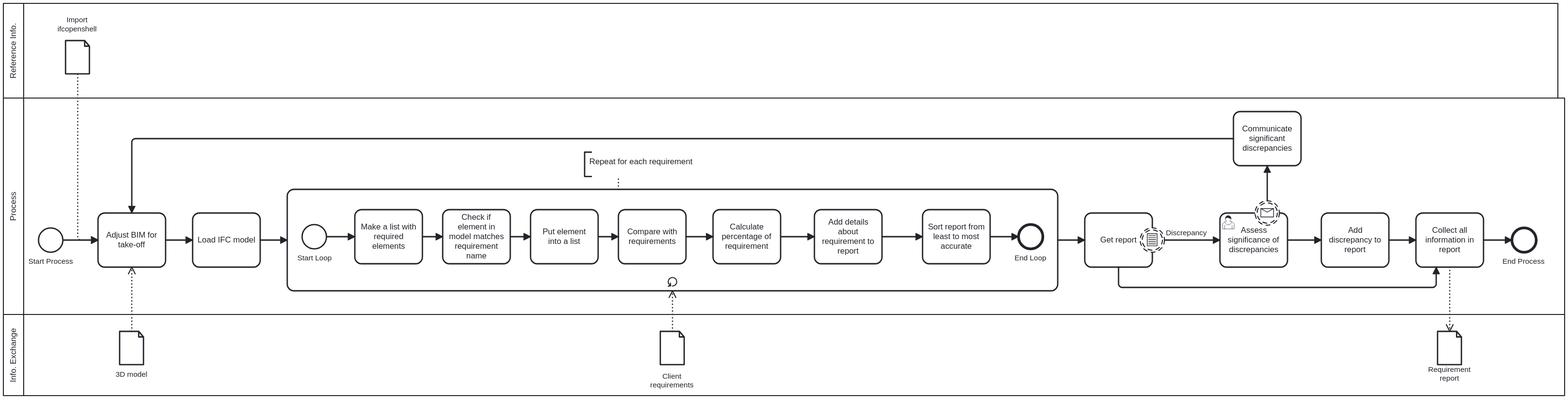
Before: A2/IMG/A2D.svg, a diagram exported from BPMN (Schabinsky/BIManalyst_g_48). Its source is kept beside it as A2/IMG/A2D.bpmn. Ids are renumbered.
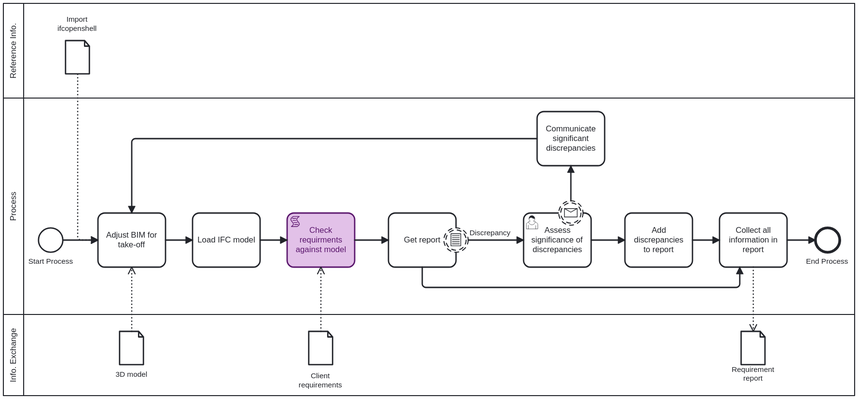
Later version of the same file.

The edit, as a diff of the source:
```diff
@@ -1,2 +1,2 @@
-<bpmn:definitions xmlns:xsi="http://www.w3.org/2001/XMLSchema-instance" xmlns:bpmn="http://www.omg.org/spec/BPMN/20100524/MODEL" xmlns:bpmndi="http://www.omg.org/spec/BPMN/20100524/DI" xmlns:dc="http://www.omg.org/spec/DD/20100524/DC" xmlns:di="http://www.omg.org/spec/DD/20100524/DI" id="Definitions_n1" targetNamespace="http://bpmn.io/schema/bpmn" exporter="bpmn-js (https://demo.bpmn.io)" exporterVersion="18.6.1">
+<bpmn:definitions xmlns:xsi="http://www.w3.org/2001/XMLSchema-instance" xmlns:bpmn="http://www.omg.org/spec/BPMN/20100524/MODEL" xmlns:bpmndi="http://www.omg.org/spec/BPMN/20100524/DI" xmlns:dc="http://www.omg.org/spec/DD/20100524/DC" xmlns:bioc="http://bpmn.io/schema/bpmn/biocolor/1.0" xmlns:color="http://www.omg.org/spec/BPMN/non-normative/color/1.0" xmlns:di="http://www.omg.org/spec/DD/20100524/DI" id="Definitions_n1" targetNamespace="http://bpmn.io/schema/bpmn" exporter="bpmn-js (https://demo.bpmn.io)" exporterVersion="18.6.1">
   <bpmn:collaboration id="Collaboration_n2">
@@ -5,19 +5,7 @@
     <bpmn:participant id="Participant_n7" name="Info. Exchange" processRef="Process_n8" />
-    <bpmn:textAnnotation id="TextAnnotation_n9">
-      <bpmn:text>Repeat for each requirement</bpmn:text>
-    </bpmn:textAnnotation>
-    <bpmn:association id="Association_n10" associationDirection="None" sourceRef="Activity_n11" targetRef="TextAnnotation_n9" />
   </bpmn:collaboration>
   <bpmn:process id="Process_n4" isExecutable="false">
-    <bpmn:sequenceFlow id="Flow_n12" sourceRef="StartEvent_n13" targetRef="Activity_n14" />
-    <bpmn:sequenceFlow id="Flow_n15" sourceRef="Activity_n16" targetRef="Activity_n14" />
-    <bpmn:sequenceFlow id="Flow_n17" sourceRef="Activity_n14" targetRef="Activity_n18" />
-    <bpmn:sequenceFlow id="Flow_n19" sourceRef="Activity_n11" targetRef="Activity_n20" />
-    <bpmn:sequenceFlow id="Flow_n21" sourceRef="Activity_n20" targetRef="Activity_n22" />
-    <bpmn:sequenceFlow id="Flow_n23" name="Discrepancy" sourceRef="Event_n24" targetRef="Activity_n25" />
-    <bpmn:sequenceFlow id="Flow_n26" sourceRef="Activity_n25" targetRef="Activity_n27" />
-    <bpmn:sequenceFlow id="Flow_n28" sourceRef="Event_n29" targetRef="Activity_n16" />
-    <bpmn:sequenceFlow id="Flow_n30" sourceRef="Activity_n27" targetRef="Activity_n22" />
-    <bpmn:sequenceFlow id="Flow_n31" sourceRef="Activity_n22" targetRef="Event_n32" />
-    <bpmn:sequenceFlow id="Flow_n33" sourceRef="Activity_n18" targetRef="Activity_n11" />
+    <bpmn:startEvent id="StartEvent_n13" name="Start Process">
+      <bpmn:outgoing>Flow_n12</bpmn:outgoing>
+    </bpmn:startEvent>
     <bpmn:task id="Activity_n14" name="Adjust BIM for take-off">
@@ -25,3 +13,3 @@
       <bpmn:incoming>Flow_n15</bpmn:incoming>
-      <bpmn:outgoing>Flow_n17</bpmn:outgoing>
+      <bpmn:outgoing>Flow_n68</bpmn:outgoing>
       <bpmn:property id="Property_n34" name="__targetRef_placeholder" />
@@ -36,11 +24,28 @@
     </bpmn:task>
-    <bpmn:startEvent id="StartEvent_n13" name="Start Process">
-      <bpmn:outgoing>Flow_n12</bpmn:outgoing>
-    </bpmn:startEvent>
-    <bpmn:task id="Activity_n18" name="Load IFC model">
-      <bpmn:incoming>Flow_n17</bpmn:incoming>
-      <bpmn:outgoing>Flow_n33</bpmn:outgoing>
+    <bpmn:sequenceFlow id="Flow_n12" sourceRef="StartEvent_n13" targetRef="Activity_n14" />
+    <bpmn:sequenceFlow id="Flow_n15" sourceRef="Activity_n16" targetRef="Activity_n14" />
+    <bpmn:sequenceFlow id="Flow_n21" sourceRef="Activity_n20" targetRef="Activity_n22" />
+    <bpmn:sequenceFlow id="Flow_n23" name="Discrepancy" sourceRef="Event_n24" targetRef="Activity_n25" />
+    <bpmn:sequenceFlow id="Flow_n26" sourceRef="Activity_n25" targetRef="Activity_n27" />
+    <bpmn:sequenceFlow id="Flow_n28" sourceRef="Event_n29" targetRef="Activity_n16" />
+    <bpmn:sequenceFlow id="Flow_n30" sourceRef="Activity_n27" targetRef="Activity_n22" />
+    <bpmn:sequenceFlow id="Flow_n31" sourceRef="Activity_n22" targetRef="Event_n32" />
+    <bpmn:scriptTask id="Activity_n69" name="Check requirments against model">
+      <bpmn:incoming>Flow_n70</bpmn:incoming>
+      <bpmn:outgoing>Flow_n71</bpmn:outgoing>
+      <bpmn:property id="Property_n72" name="__targetRef_placeholder" />
+      <bpmn:dataInputAssociation id="DataInputAssociation_n73">
+        <bpmn:sourceRef>DataObjectReference_n43</bpmn:sourceRef>
+        <bpmn:targetRef>Property_n72</bpmn:targetRef>
+      </bpmn:dataInputAssociation>
+    </bpmn:scriptTask>
+    <bpmn:task id="Activity_n74" name="Load IFC model">
+      <bpmn:incoming>Flow_n68</bpmn:incoming>
+      <bpmn:outgoing>Flow_n70</bpmn:outgoing>
     </bpmn:task>
+    <bpmn:sequenceFlow id="Flow_n68" sourceRef="Activity_n14" targetRef="Activity_n74" />
+    <bpmn:sequenceFlow id="Flow_n70" sourceRef="Activity_n74" targetRef="Activity_n69" />
+    <bpmn:sequenceFlow id="Flow_n71" sourceRef="Activity_n69" targetRef="Activity_n20" />
     <bpmn:task id="Activity_n20" name="Get report">
-      <bpmn:incoming>Flow_n19</bpmn:incoming>
+      <bpmn:incoming>Flow_n71</bpmn:incoming>
       <bpmn:outgoing>Flow_n21</bpmn:outgoing>
@@ -55,3 +60,3 @@
     </bpmn:task>
-    <bpmn:task id="Activity_n27" name="Add discrepancy to report">
+    <bpmn:task id="Activity_n27" name="Add discrepancies to report">
       <bpmn:incoming>Flow_n26</bpmn:incoming>
@@ -70,54 +75,2 @@
     </bpmn:endEvent>
-    <bpmn:subProcess id="Activity_n11">
-      <bpmn:incoming>Flow_n33</bpmn:incoming>
-      <bpmn:outgoing>Flow_n19</bpmn:outgoing>
-      <bpmn:property id="Property_n41" name="__targetRef_placeholder" />
-      <bpmn:dataInputAssociation id="DataInputAssociation_n42">
-        <bpmn:sourceRef>DataObjectReference_n43</bpmn:sourceRef>
-        <bpmn:targetRef>Property_n41</bpmn:targetRef>
-      </bpmn:dataInputAssociation>
-      <bpmn:standardLoopCharacteristics />
-      <bpmn:task id="Activity_n44" name="Check if element in model matches requirement name">
-        <bpmn:incoming>Flow_n45</bpmn:incoming>
-        <bpmn:outgoing>Flow_n46</bpmn:outgoing>
-      </bpmn:task>
-      <bpmn:task id="Activity_n47" name="Put element into a list">
-        <bpmn:incoming>Flow_n46</bpmn:incoming>
-        <bpmn:outgoing>Flow_n48</bpmn:outgoing>
-      </bpmn:task>
-      <bpmn:sequenceFlow id="Flow_n46" sourceRef="Activity_n44" targetRef="Activity_n47" />
-      <bpmn:startEvent id="Event_n49" name="Start Loop">
-        <bpmn:outgoing>Flow_n50</bpmn:outgoing>
-      </bpmn:startEvent>
-      <bpmn:sequenceFlow id="Flow_n50" sourceRef="Event_n49" targetRef="Activity_n51" />
-      <bpmn:task id="Activity_n52" name="Compare with requirements">
-        <bpmn:incoming>Flow_n48</bpmn:incoming>
-        <bpmn:outgoing>Flow_n53</bpmn:outgoing>
-      </bpmn:task>
-      <bpmn:sequenceFlow id="Flow_n48" sourceRef="Activity_n47" targetRef="Activity_n52" />
-      <bpmn:endEvent id="Event_n54" name="End Loop">
-        <bpmn:incoming>Flow_n55</bpmn:incoming>
-      </bpmn:endEvent>
-      <bpmn:task id="Activity_n51" name="Make a list with required elements">
-        <bpmn:incoming>Flow_n50</bpmn:incoming>
-        <bpmn:outgoing>Flow_n45</bpmn:outgoing>
-      </bpmn:task>
-      <bpmn:sequenceFlow id="Flow_n45" sourceRef="Activity_n51" targetRef="Activity_n44" />
-      <bpmn:task id="Activity_n56" name="Add details about requirement to report">
-        <bpmn:incoming>Flow_n57</bpmn:incoming>
-        <bpmn:outgoing>Flow_n58</bpmn:outgoing>
-      </bpmn:task>
-      <bpmn:task id="Activity_n59" name="Calculate percentage of requirement">
-        <bpmn:incoming>Flow_n53</bpmn:incoming>
-        <bpmn:outgoing>Flow_n57</bpmn:outgoing>
-      </bpmn:task>
-      <bpmn:sequenceFlow id="Flow_n53" sourceRef="Activity_n52" targetRef="Activity_n59" />
-      <bpmn:sequenceFlow id="Flow_n57" sourceRef="Activity_n59" targetRef="Activity_n56" />
-      <bpmn:task id="Activity_n60" name="Sort report from least to most accurate">
-        <bpmn:incoming>Flow_n58</bpmn:incoming>
-        <bpmn:outgoing>Flow_n55</bpmn:outgoing>
-      </bpmn:task>
-      <bpmn:sequenceFlow id="Flow_n58" sourceRef="Activity_n56" targetRef="Activity_n60" />
-      <bpmn:sequenceFlow id="Flow_n55" sourceRef="Activity_n60" targetRef="Event_n54" />
-    </bpmn:subProcess>
     <bpmn:boundaryEvent id="Event_n24" cancelActivity="false" attachedToRef="Activity_n20">
@@ -141,6 +94,6 @@
     <bpmn:dataObject id="DataObject_n65" />
+    <bpmn:dataObjectReference id="DataObjectReference_n40" name="Requirement report" dataObjectRef="DataObject_n67" />
+    <bpmn:dataObject id="DataObject_n67" />
     <bpmn:dataObjectReference id="DataObjectReference_n43" name="Client requirements" dataObjectRef="DataObject_n66" />
     <bpmn:dataObject id="DataObject_n66" />
-    <bpmn:dataObjectReference id="DataObjectReference_n40" name="Requirement report" dataObjectRef="DataObject_n67" />
-    <bpmn:dataObject id="DataObject_n67" />
   </bpmn:process>
@@ -149,3 +102,3 @@
       <bpmndi:BPMNShape id="Participant_n3_di" bpmnElement="Participant_n3" isHorizontal="true">
-        <dc:Bounds x="160" y="220" width="2310" height="320" />
+        <dc:Bounds x="160" y="220" width="1260" height="320" />
         <bpmndi:BPMNLabel />
@@ -162,3 +115,7 @@
       </bpmndi:BPMNShape>
-      <bpmndi:BPMNShape id="Activity_n18_di" bpmnElement="Activity_n18">
+      <bpmndi:BPMNShape id="Activity_12ev2d8_di" bpmnElement="Activity_n69" bioc:stroke="#5b176d" bioc:fill="#e1bee7" color:background-color="#e1bee7" color:border-color="#5b176d">
+        <dc:Bounds x="580" y="390" width="100" height="80" />
+        <bpmndi:BPMNLabel />
+      </bpmndi:BPMNShape>
+      <bpmndi:BPMNShape id="Activity_n74_di" bpmnElement="Activity_n74">
         <dc:Bounds x="440" y="390" width="100" height="80" />
@@ -167,3 +124,3 @@
       <bpmndi:BPMNShape id="Activity_n20_di" bpmnElement="Activity_n20">
-        <dc:Bounds x="1760" y="390" width="100" height="80" />
+        <dc:Bounds x="730" y="390" width="100" height="80" />
         <bpmndi:BPMNLabel />
@@ -171,3 +128,3 @@
       <bpmndi:BPMNShape id="Activity_n25_di" bpmnElement="Activity_n25">
-        <dc:Bounds x="1960" y="390" width="100" height="80" />
+        <dc:Bounds x="930" y="390" width="100" height="80" />
         <bpmndi:BPMNLabel />
@@ -175,3 +132,3 @@
       <bpmndi:BPMNShape id="Activity_n16_di" bpmnElement="Activity_n16">
-        <dc:Bounds x="1980" y="240" width="100" height="80" />
+        <dc:Bounds x="950" y="240" width="100" height="80" />
         <bpmndi:BPMNLabel />
@@ -179,3 +136,3 @@
       <bpmndi:BPMNShape id="Activity_n27_di" bpmnElement="Activity_n27">
-        <dc:Bounds x="2110" y="390" width="100" height="80" />
+        <dc:Bounds x="1080" y="390" width="100" height="80" />
         <bpmndi:BPMNLabel />
@@ -183,3 +140,3 @@
       <bpmndi:BPMNShape id="Activity_n22_di" bpmnElement="Activity_n22">
-        <dc:Bounds x="2250" y="390" width="100" height="80" />
+        <dc:Bounds x="1220" y="390" width="100" height="80" />
         <bpmndi:BPMNLabel />
@@ -187,87 +144,12 @@
       <bpmndi:BPMNShape id="Event_n32_di" bpmnElement="Event_n32">
-        <dc:Bounds x="2392" y="412" width="36" height="36" />
+        <dc:Bounds x="1362" y="412" width="36" height="36" />
         <bpmndi:BPMNLabel>
-          <dc:Bounds x="2378" y="455" width="63" height="14" />
+          <dc:Bounds x="1348" y="455" width="63" height="14" />
         </bpmndi:BPMNLabel>
       </bpmndi:BPMNShape>
-      <bpmndi:BPMNShape id="Activity_n11_di" bpmnElement="Activity_n11" isExpanded="true">
-        <dc:Bounds x="580" y="355" width="1140" height="150" />
-      </bpmndi:BPMNShape>
-      <bpmndi:BPMNShape id="Activity_n44_di" bpmnElement="Activity_n44">
-        <dc:Bounds x="810" y="385" width="100" height="80" />
-        <bpmndi:BPMNLabel />
-      </bpmndi:BPMNShape>
-      <bpmndi:BPMNShape id="Activity_n47_di" bpmnElement="Activity_n47">
-        <dc:Bounds x="940" y="385" width="100" height="80" />
-        <bpmndi:BPMNLabel />
-      </bpmndi:BPMNShape>
-      <bpmndi:BPMNShape id="Event_n49_di" bpmnElement="Event_n49">
-        <dc:Bounds x="602" y="407" width="36" height="36" />
-        <bpmndi:BPMNLabel>
-          <dc:Bounds x="595" y="450" width="52" height="14" />
-        </bpmndi:BPMNLabel>
-      </bpmndi:BPMNShape>
-      <bpmndi:BPMNShape id="Activity_n52_di" bpmnElement="Activity_n52">
-        <dc:Bounds x="1070" y="385" width="100" height="80" />
-        <bpmndi:BPMNLabel />
-      </bpmndi:BPMNShape>
-      <bpmndi:BPMNShape id="Event_n54_di" bpmnElement="Event_n54">
-        <dc:Bounds x="1662" y="407" width="36" height="36" />
-        <bpmndi:BPMNLabel>
-          <dc:Bounds x="1656" y="450" width="48" height="14" />
-        </bpmndi:BPMNLabel>
-      </bpmndi:BPMNShape>
-      <bpmndi:BPMNShape id="Activity_n51_di" bpmnElement="Activity_n51">
-        <dc:Bounds x="680" y="385" width="100" height="80" />
-        <bpmndi:BPMNLabel />
-      </bpmndi:BPMNShape>
-      <bpmndi:BPMNShape id="Activity_n56_di" bpmnElement="Activity_n56">
-        <dc:Bounds x="1360" y="385" width="100" height="80" />
-        <bpmndi:BPMNLabel />
-      </bpmndi:BPMNShape>
-      <bpmndi:BPMNShape id="Activity_n59_di" bpmnElement="Activity_n59">
-        <dc:Bounds x="1210" y="385" width="100" height="80" />
-        <bpmndi:BPMNLabel />
-      </bpmndi:BPMNShape>
-      <bpmndi:BPMNShape id="Activity_n60_di" bpmnElement="Activity_n60">
-        <dc:Bounds x="1520" y="385" width="100" height="80" />
-        <bpmndi:BPMNLabel />
-      </bpmndi:BPMNShape>
-      <bpmndi:BPMNEdge id="Flow_n46_di" bpmnElement="Flow_n46">
-        <di:waypoint x="910" y="425" />
-        <di:waypoint x="940" y="425" />
-      </bpmndi:BPMNEdge>
-      <bpmndi:BPMNEdge id="Flow_n50_di" bpmnElement="Flow_n50">
-        <di:waypoint x="638" y="425" />
-        <di:waypoint x="680" y="425" />
-      </bpmndi:BPMNEdge>
-      <bpmndi:BPMNEdge id="Flow_n48_di" bpmnElement="Flow_n48">
-        <di:waypoint x="1040" y="425" />
-        <di:waypoint x="1070" y="425" />
-      </bpmndi:BPMNEdge>
-      <bpmndi:BPMNEdge id="Flow_n45_di" bpmnElement="Flow_n45">
-        <di:waypoint x="780" y="425" />
-        <di:waypoint x="810" y="425" />
-      </bpmndi:BPMNEdge>
-      <bpmndi:BPMNEdge id="Flow_n53_di" bpmnElement="Flow_n53">
-        <di:waypoint x="1170" y="425" />
-        <di:waypoint x="1210" y="425" />
-      </bpmndi:BPMNEdge>
-      <bpmndi:BPMNEdge id="Flow_n57_di" bpmnElement="Flow_n57">
-        <di:waypoint x="1310" y="425" />
-        <di:waypoint x="1360" y="425" />
-      </bpmndi:BPMNEdge>
-      <bpmndi:BPMNEdge id="Flow_n58_di" bpmnElement="Flow_n58">
-        <di:waypoint x="1460" y="425" />
-        <di:waypoint x="1520" y="425" />
-      </bpmndi:BPMNEdge>
-      <bpmndi:BPMNEdge id="Flow_n55_di" bpmnElement="Flow_n55">
-        <di:waypoint x="1620" y="425" />
-        <di:waypoint x="1662" y="425" />
-      </bpmndi:BPMNEdge>
       <bpmndi:BPMNShape id="Event_0isrnqm_di" bpmnElement="Event_n24">
-        <dc:Bounds x="1842" y="412" width="36" height="36" />
+        <dc:Bounds x="812" y="412" width="36" height="36" />
       </bpmndi:BPMNShape>
       <bpmndi:BPMNShape id="Event_n29_di" bpmnElement="Event_n29">
-        <dc:Bounds x="2012" y="372" width="36" height="36" />
+        <dc:Bounds x="982" y="372" width="36" height="36" />
       </bpmndi:BPMNShape>
@@ -278,3 +160,3 @@
       <bpmndi:BPMNEdge id="Flow_n15_di" bpmnElement="Flow_n15">
-        <di:waypoint x="1980" y="280" />
+        <di:waypoint x="950" y="280" />
         <di:waypoint x="350" y="280" />
@@ -282,3 +164,32 @@
       </bpmndi:BPMNEdge>
-      <bpmndi:BPMNEdge id="Flow_n17_di" bpmnElement="Flow_n17">
+      <bpmndi:BPMNEdge id="Flow_n21_di" bpmnElement="Flow_n21">
+        <di:waypoint x="780" y="470" />
+        <di:waypoint x="780" y="500" />
+        <di:waypoint x="1250" y="500" />
+        <di:waypoint x="1250" y="470" />
+      </bpmndi:BPMNEdge>
+      <bpmndi:BPMNEdge id="Flow_n23_di" bpmnElement="Flow_n23">
+        <di:waypoint x="848" y="430" />
+        <di:waypoint x="930" y="430" />
+        <bpmndi:BPMNLabel>
+          <dc:Bounds x="850" y="413" width="61" height="14" />
+        </bpmndi:BPMNLabel>
+      </bpmndi:BPMNEdge>
+      <bpmndi:BPMNEdge id="Flow_n26_di" bpmnElement="Flow_n26">
+        <di:waypoint x="1030" y="430" />
+        <di:waypoint x="1080" y="430" />
+      </bpmndi:BPMNEdge>
+      <bpmndi:BPMNEdge id="Flow_n28_di" bpmnElement="Flow_n28">
+        <di:waypoint x="1000" y="372" />
+        <di:waypoint x="1000" y="320" />
+      </bpmndi:BPMNEdge>
+      <bpmndi:BPMNEdge id="Flow_n30_di" bpmnElement="Flow_n30">
+        <di:waypoint x="1180" y="430" />
+        <di:waypoint x="1220" y="430" />
+      </bpmndi:BPMNEdge>
+      <bpmndi:BPMNEdge id="Flow_n31_di" bpmnElement="Flow_n31">
+        <di:waypoint x="1320" y="430" />
+        <di:waypoint x="1362" y="430" />
+      </bpmndi:BPMNEdge>
+      <bpmndi:BPMNEdge id="Flow_n68_di" bpmnElement="Flow_n68">
         <di:waypoint x="400" y="430" />
@@ -286,36 +197,3 @@
       </bpmndi:BPMNEdge>
-      <bpmndi:BPMNEdge id="Flow_n19_di" bpmnElement="Flow_n19">
-        <di:waypoint x="1720" y="430" />
-        <di:waypoint x="1760" y="430" />
-      </bpmndi:BPMNEdge>
-      <bpmndi:BPMNEdge id="Flow_n21_di" bpmnElement="Flow_n21">
-        <di:waypoint x="1810" y="470" />
-        <di:waypoint x="1810" y="500" />
-        <di:waypoint x="2280" y="500" />
-        <di:waypoint x="2280" y="470" />
-      </bpmndi:BPMNEdge>
-      <bpmndi:BPMNEdge id="Flow_n23_di" bpmnElement="Flow_n23">
-        <di:waypoint x="1878" y="430" />
-        <di:waypoint x="1960" y="430" />
-        <bpmndi:BPMNLabel>
-          <dc:Bounds x="1880" y="413" width="61" height="14" />
-        </bpmndi:BPMNLabel>
-      </bpmndi:BPMNEdge>
-      <bpmndi:BPMNEdge id="Flow_n26_di" bpmnElement="Flow_n26">
-        <di:waypoint x="2060" y="430" />
-        <di:waypoint x="2110" y="430" />
-      </bpmndi:BPMNEdge>
-      <bpmndi:BPMNEdge id="Flow_n28_di" bpmnElement="Flow_n28">
-        <di:waypoint x="2030" y="372" />
-        <di:waypoint x="2030" y="320" />
-      </bpmndi:BPMNEdge>
-      <bpmndi:BPMNEdge id="Flow_n30_di" bpmnElement="Flow_n30">
-        <di:waypoint x="2210" y="430" />
-        <di:waypoint x="2250" y="430" />
-      </bpmndi:BPMNEdge>
-      <bpmndi:BPMNEdge id="Flow_n31_di" bpmnElement="Flow_n31">
-        <di:waypoint x="2350" y="430" />
-        <di:waypoint x="2392" y="430" />
-      </bpmndi:BPMNEdge>
-      <bpmndi:BPMNEdge id="Flow_n33_di" bpmnElement="Flow_n33">
+      <bpmndi:BPMNEdge id="Flow_n70_di" bpmnElement="Flow_n70">
         <di:waypoint x="540" y="430" />
@@ -323,14 +201,8 @@
       </bpmndi:BPMNEdge>
-      <bpmndi:BPMNShape id="Participant_n5_di" bpmnElement="Participant_n5" isHorizontal="true">
-        <dc:Bounds x="160" y="80" width="2300" height="140" />
-        <bpmndi:BPMNLabel />
-      </bpmndi:BPMNShape>
-      <bpmndi:BPMNShape id="DataObjectReference_n38_di" bpmnElement="DataObjectReference_n38">
-        <dc:Bounds x="252" y="135" width="36" height="50" />
-        <bpmndi:BPMNLabel>
-          <dc:Bounds x="240" y="98" width="59" height="27" />
-        </bpmndi:BPMNLabel>
-      </bpmndi:BPMNShape>
+      <bpmndi:BPMNEdge id="Flow_n71_di" bpmnElement="Flow_n71">
+        <di:waypoint x="680" y="430" />
+        <di:waypoint x="730" y="430" />
+      </bpmndi:BPMNEdge>
       <bpmndi:BPMNShape id="Participant_n7_di" bpmnElement="Participant_n7" isHorizontal="true">
-        <dc:Bounds x="160" y="540" width="2310" height="120" />
+        <dc:Bounds x="160" y="540" width="1260" height="120" />
         <bpmndi:BPMNLabel />
@@ -343,18 +215,24 @@
       </bpmndi:BPMNShape>
-      <bpmndi:BPMNShape id="DataObjectReference_n43_di" bpmnElement="DataObjectReference_n43">
-        <dc:Bounds x="1132" y="565" width="36" height="50" />
+      <bpmndi:BPMNShape id="DataObjectReference_n40_di" bpmnElement="DataObjectReference_n40">
+        <dc:Bounds x="1252" y="565" width="36" height="50" />
         <bpmndi:BPMNLabel>
-          <dc:Bounds x="1117" y="625" width="65" height="27" />
+          <dc:Bounds x="1238" y="615" width="64" height="27" />
         </bpmndi:BPMNLabel>
       </bpmndi:BPMNShape>
-      <bpmndi:BPMNShape id="DataObjectReference_n40_di" bpmnElement="DataObjectReference_n40">
-        <dc:Bounds x="2282" y="565" width="36" height="50" />
+      <bpmndi:BPMNShape id="DataObjectReference_n43_di" bpmnElement="DataObjectReference_n43">
+        <dc:Bounds x="612" y="565" width="36" height="50" />
         <bpmndi:BPMNLabel>
-          <dc:Bounds x="2268" y="615" width="64" height="27" />
+          <dc:Bounds x="597" y="624.5" width="65" height="27" />
         </bpmndi:BPMNLabel>
       </bpmndi:BPMNShape>
-      <bpmndi:BPMNEdge id="Association_n10_di" bpmnElement="Association_n10">
-        <di:waypoint x="1070" y="355" />
-        <di:waypoint x="1070" y="336" />
-      </bpmndi:BPMNEdge>
+      <bpmndi:BPMNShape id="Participant_n5_di" bpmnElement="Participant_n5" isHorizontal="true">
+        <dc:Bounds x="160" y="80" width="1260" height="140" />
+        <bpmndi:BPMNLabel />
+      </bpmndi:BPMNShape>
+      <bpmndi:BPMNShape id="DataObjectReference_n38_di" bpmnElement="DataObjectReference_n38">
+        <dc:Bounds x="252" y="135" width="36" height="50" />
+        <bpmndi:BPMNLabel>
+          <dc:Bounds x="240" y="97.5" width="59" height="27" />
+        </bpmndi:BPMNLabel>
+      </bpmndi:BPMNShape>
       <bpmndi:BPMNEdge id="DataInputAssociation_n35_di" bpmnElement="DataInputAssociation_n35">
@@ -369,13 +247,9 @@
       <bpmndi:BPMNEdge id="DataOutputAssociation_n39_di" bpmnElement="DataOutputAssociation_n39">
-        <di:waypoint x="2300" y="470" />
-        <di:waypoint x="2300" y="565" />
+        <di:waypoint x="1270" y="470" />
+        <di:waypoint x="1270" y="565" />
       </bpmndi:BPMNEdge>
-      <bpmndi:BPMNEdge id="DataInputAssociation_n42_di" bpmnElement="DataInputAssociation_n42">
-        <di:waypoint x="1150" y="565" />
-        <di:waypoint x="1150" y="505" />
+      <bpmndi:BPMNEdge id="DataInputAssociation_n73_di" bpmnElement="DataInputAssociation_n73">
+        <di:waypoint x="630" y="565" />
+        <di:waypoint x="630" y="470" />
       </bpmndi:BPMNEdge>
-      <bpmndi:BPMNShape id="TextAnnotation_n9_di" bpmnElement="TextAnnotation_n9">
-        <dc:Bounds x="1020" y="300" width="200" height="36" />
-        <bpmndi:BPMNLabel />
-      </bpmndi:BPMNShape>
     </bpmndi:BPMNPlane>
```
